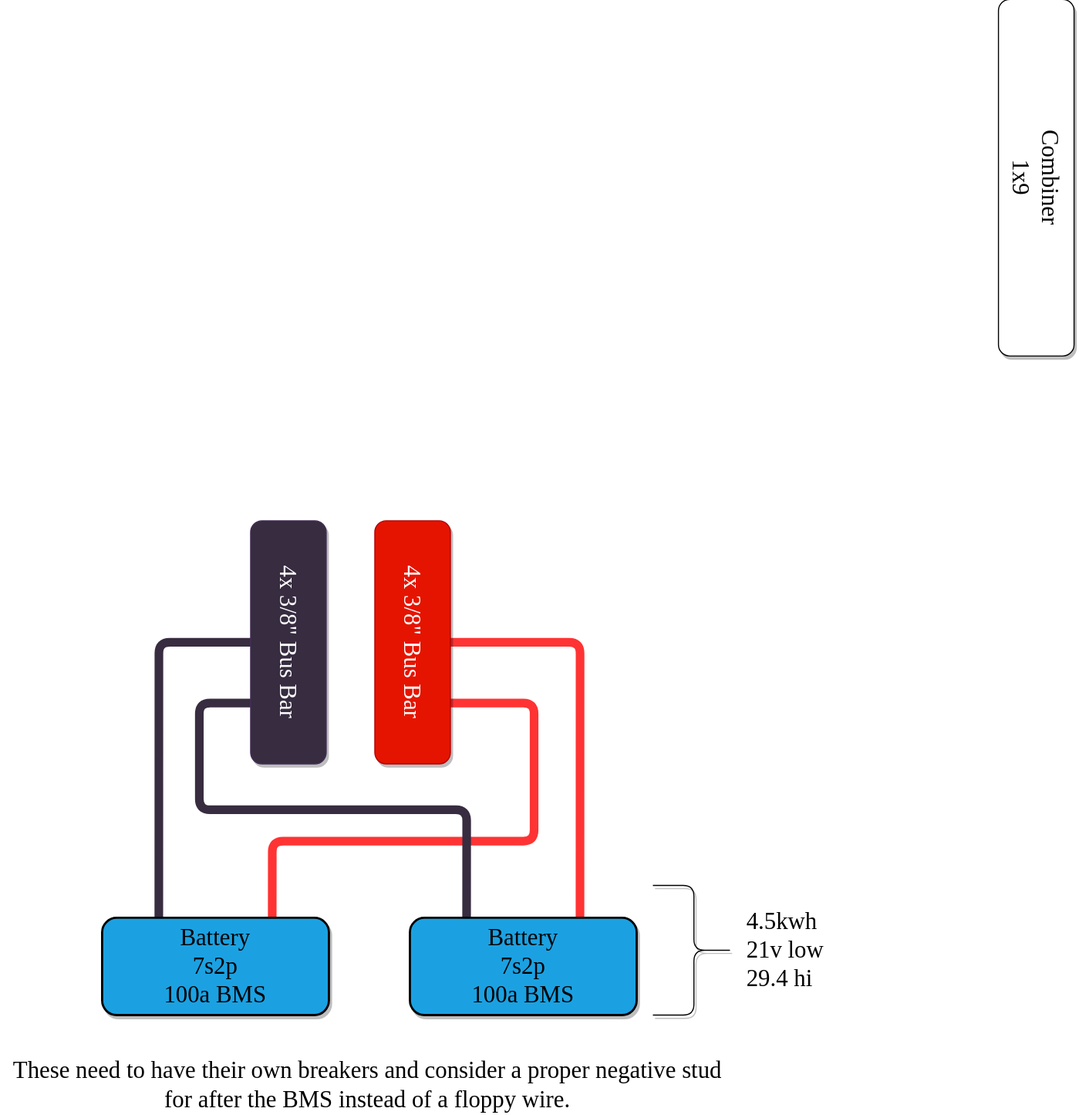
clomads/gary-bussy keeps this draw.io diagram as gary-bussy-electrical.drawio.svg. Above is the earlier version. Source tidied: cells renumbered, new cells last; positions are measured from the earlier drawing's top-left corner, leaving out a move shared by most shapes.
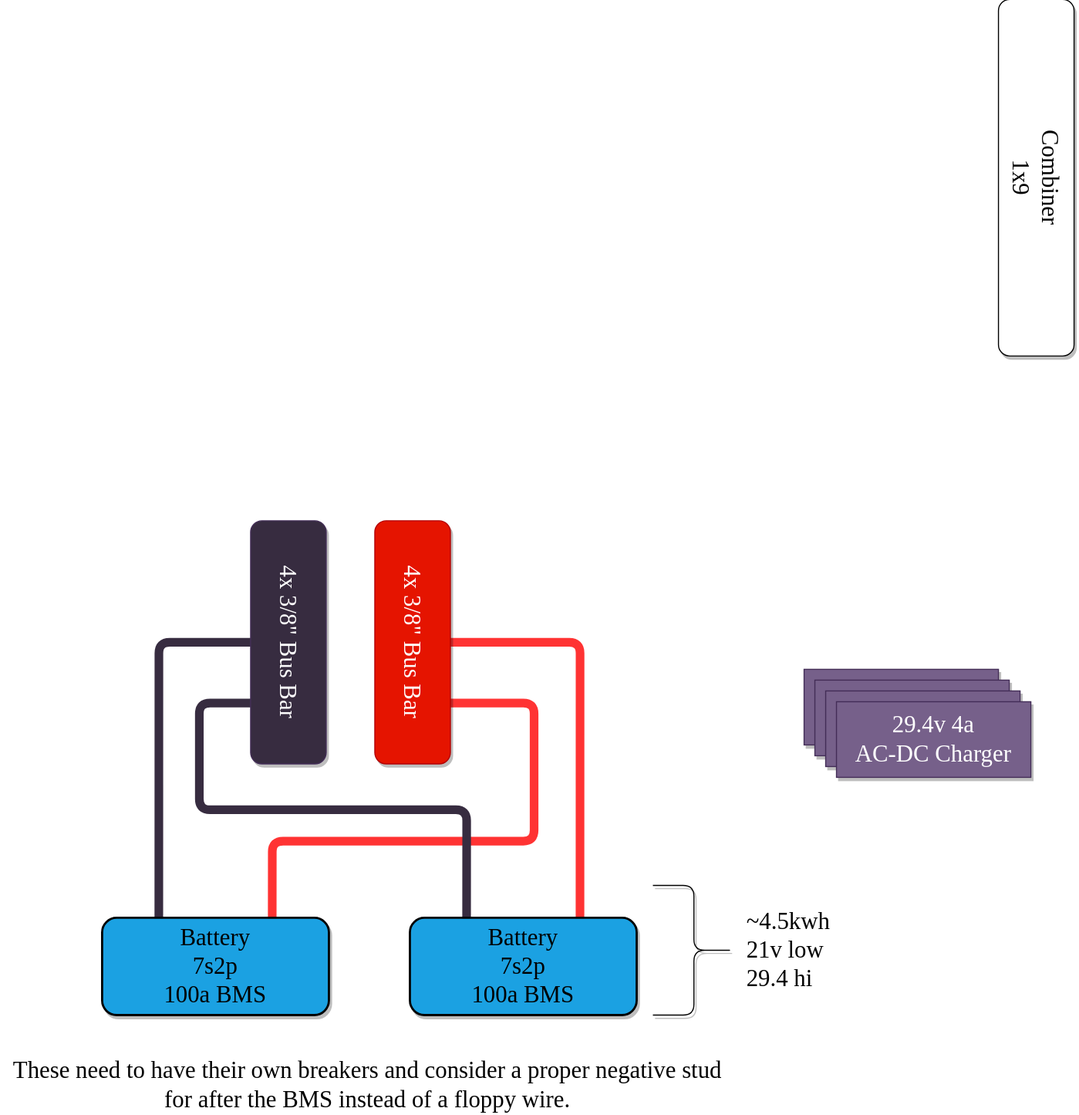
After the change.

Commit message:
Add Chargers for shore power

What changed in the source:
```diff
@@ -36,7 +36,7 @@
     <mxCell id="7" value="Battery&lt;br&gt;7s2p&lt;br&gt;100a BMS" style="rounded=1;whiteSpace=wrap;html=1;strokeWidth=2;fillWeight=4;hachureGap=8;hachureAngle=45;fillColor=#1ba1e2;sketch=0;fontSize=22;shadow=1;fontFamily=League Spartan;fontSource=https%3A%2F%2Ffonts.googleapis.com%2Fcss%3Ffamily%3DLeague%2BSpartan;" parent="1" vertex="1">
       <mxGeometry x="379" y="720" width="210" height="90" as="geometry" />
     </mxCell>
-    <mxCell id="8" value="4.5kwh&lt;br&gt;21v low&lt;br&gt;29.4 hi&amp;nbsp;&amp;nbsp;" style="shape=curlyBracket;whiteSpace=wrap;html=1;rounded=1;flipH=1;labelPosition=right;verticalLabelPosition=middle;align=left;verticalAlign=middle;shadow=1;sketch=0;fontFamily=League Spartan;fontSource=https%3A%2F%2Ffonts.googleapis.com%2Fcss%3Ffamily%3DLeague%2BSpartan;fontSize=22;spacingLeft=9;" parent="1" vertex="1">
+    <mxCell id="8" value="~4.5kwh&lt;br&gt;21v low&lt;br&gt;29.4 hi&amp;nbsp;&amp;nbsp;" style="shape=curlyBracket;whiteSpace=wrap;html=1;rounded=1;flipH=1;labelPosition=right;verticalLabelPosition=middle;align=left;verticalAlign=middle;shadow=1;sketch=0;fontFamily=League Spartan;fontSource=https%3A%2F%2Ffonts.googleapis.com%2Fcss%3Ffamily%3DLeague%2BSpartan;fontSize=22;spacingLeft=9;" parent="1" vertex="1">
       <mxGeometry x="604" y="690" width="76" height="120" as="geometry" />
     </mxCell>
     <mxCell id="9" value="4x 3/8&quot; Bus Bar" style="rounded=1;whiteSpace=wrap;html=1;shadow=1;sketch=0;fontFamily=League Spartan;fontSource=https%3A%2F%2Ffonts.googleapis.com%2Fcss%3Ffamily%3DLeague%2BSpartan;fontSize=22;direction=south;fillColor=#e51400;strokeColor=#B20000;fontColor=#ffffff;rotation=90;" parent="1" vertex="1">
@@ -51,5 +51,17 @@
     <mxCell id="12" value="These need to have their own breakers and consider a proper negative stud for after the BMS instead of a floppy wire.&lt;br&gt;" style="text;html=1;strokeColor=none;fillColor=none;align=center;verticalAlign=middle;whiteSpace=wrap;rounded=0;shadow=1;sketch=0;fontFamily=League Spartan;fontSource=https%3A%2F%2Ffonts.googleapis.com%2Fcss%3Ffamily%3DLeague%2BSpartan;fontSize=22;" parent="1" vertex="1">
       <mxGeometry y="860" width="680" height="30" as="geometry" />
     </mxCell>
+    <mxCell id="13" value="&lt;font color=&quot;#ffffff&quot;&gt;29.4v 4a &lt;br&gt;AC-DC Charger&lt;/font&gt;" style="rounded=0;whiteSpace=wrap;html=1;shadow=1;sketch=0;fontFamily=League Spartan;fontSource=https%3A%2F%2Ffonts.googleapis.com%2Fcss%3Ffamily%3DLeague%2BSpartan;fontSize=22;fillColor=#76608a;fontColor=#ffffff;strokeColor=#432D57;" parent="1" vertex="1">
+      <mxGeometry x="744" y="490" width="180" height="70" as="geometry" />
+    </mxCell>
+    <mxCell id="14" value="&lt;font color=&quot;#ffffff&quot;&gt;29.4v 4a &lt;br&gt;AC-DC Charger&lt;/font&gt;" style="rounded=0;whiteSpace=wrap;html=1;shadow=1;sketch=0;fontFamily=League Spartan;fontSource=https%3A%2F%2Ffonts.googleapis.com%2Fcss%3Ffamily%3DLeague%2BSpartan;fontSize=22;fillColor=#76608a;fontColor=#ffffff;strokeColor=#432D57;" parent="1" vertex="1">
+      <mxGeometry x="754" y="500" width="180" height="70" as="geometry" />
+    </mxCell>
+    <mxCell id="15" value="&lt;font color=&quot;#ffffff&quot;&gt;29.4v 4a &lt;br&gt;AC-DC Charger&lt;/font&gt;" style="rounded=0;whiteSpace=wrap;html=1;shadow=1;sketch=0;fontFamily=League Spartan;fontSource=https%3A%2F%2Ffonts.googleapis.com%2Fcss%3Ffamily%3DLeague%2BSpartan;fontSize=22;fillColor=#76608a;fontColor=#ffffff;strokeColor=#432D57;" parent="1" vertex="1">
+      <mxGeometry x="764" y="510" width="180" height="70" as="geometry" />
+    </mxCell>
+    <mxCell id="16" value="&lt;font color=&quot;#ffffff&quot;&gt;29.4v 4a &lt;br&gt;AC-DC Charger&lt;/font&gt;" style="rounded=0;whiteSpace=wrap;html=1;shadow=1;sketch=0;fontFamily=League Spartan;fontSource=https%3A%2F%2Ffonts.googleapis.com%2Fcss%3Ffamily%3DLeague%2BSpartan;fontSize=22;fillColor=#76608a;fontColor=#ffffff;strokeColor=#432D57;" parent="1" vertex="1">
+      <mxGeometry x="774" y="520" width="180" height="70" as="geometry" />
+    </mxCell>
   </root>
 </mxGraphModel>
```
